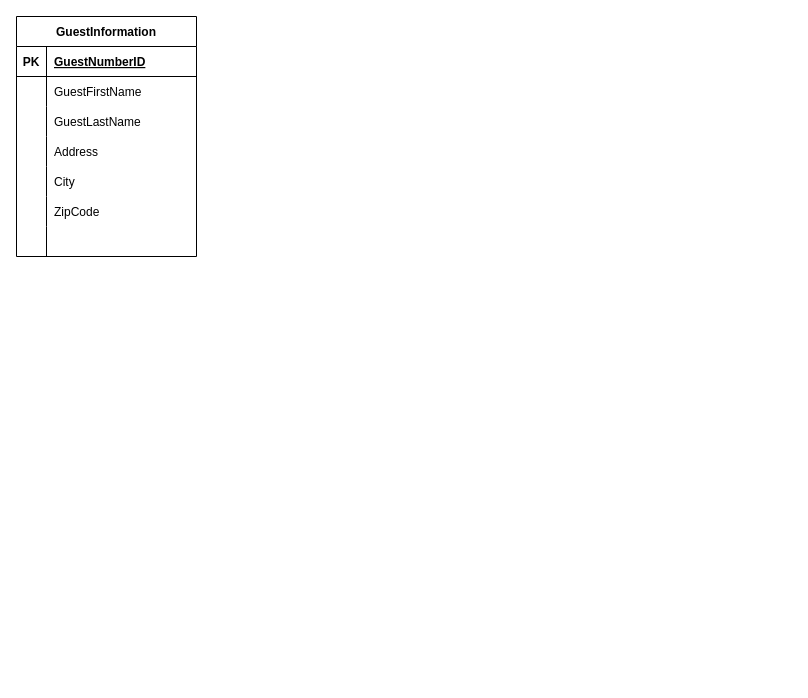
Earlier version of the draw.io diagram Untitled Diagram.drawio (jubin-joseph59/WileyEdge-Linux). Source tidied: cells renumbered, new cells numbered last; positions are measured from the earlier drawing's top-left corner, leaving out a move shared by most shapes. Both pictures are drawn from the tidied source at 100%, with x=0, y=0 at pixel (16, 16).
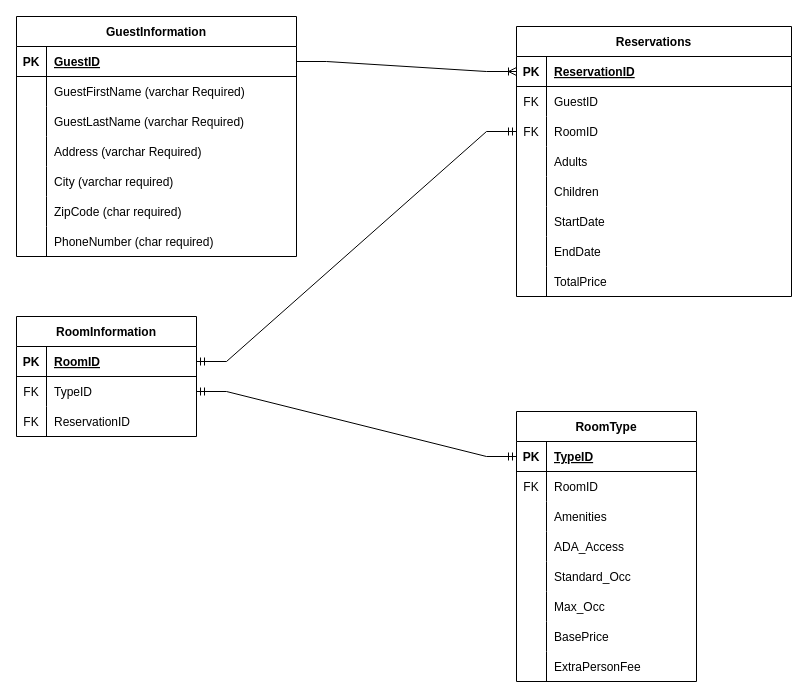
The same diagram, later.

Change to the diagram source:
```diff
@@
     <mxCell id="2" value="GuestInformation" style="shape=table;startSize=30;childLayout=tableLayout;rowLines=0;fontStyle=1;align=center;" parent="1" vertex="1">
-      <mxGeometry width="180" height="240" as="geometry" />
+      <mxGeometry width="280" height="240" as="geometry" />
     </mxCell>
     <mxCell id="3" style="shape=tableRow;horizontal=0;startSize=0;swimlaneHead=0;swimlaneBody=0;fillColor=none;points=[[0,0.5],[1,0.5]];portConstraint=eastwest;top=0;left=0;right=0;bottom=1;" parent="2" vertex="1">
-      <mxGeometry y="30" width="180" height="30" as="geometry" />
+      <mxGeometry y="30" width="280" height="30" as="geometry" />
     </mxCell>
@@
-    <mxCell id="5" value="GuestNumberID" style="shape=partialRectangle;fillColor=none;top=0;left=0;bottom=0;right=0;align=left;spacingLeft=6;fontStyle=5;overflow=hidden;" parent="3" vertex="1">
-      <mxGeometry x="30" width="150" height="30" as="geometry" />
+    <mxCell id="5" value="GuestID" style="shape=partialRectangle;fillColor=none;top=0;left=0;bottom=0;right=0;align=left;spacingLeft=6;fontStyle=5;overflow=hidden;" parent="3" vertex="1">
+      <mxGeometry x="30" width="250" height="30" as="geometry" />
     </mxCell>
     <mxCell id="6" style="shape=tableRow;horizontal=0;startSize=0;swimlaneHead=0;swimlaneBody=0;fillColor=none;top=0;left=0;right=0;bottom=0;" parent="2" vertex="1">
-      <mxGeometry y="60" width="180" height="30" as="geometry" />
+      <mxGeometry y="60" width="280" height="30" as="geometry" />
     </mxCell>
@@
-    <mxCell id="8" value="GuestFirstName" style="shape=partialRectangle;fillColor=none;top=0;left=0;bottom=0;right=0;align=left;spacingLeft=6;overflow=hidden;" parent="6" vertex="1">
-      <mxGeometry x="30" width="150" height="30" as="geometry" />
+    <mxCell id="8" value="GuestFirstName (varchar Required)" style="shape=partialRectangle;fillColor=none;top=0;left=0;bottom=0;right=0;align=left;spacingLeft=6;overflow=hidden;" parent="6" vertex="1">
+      <mxGeometry x="30" width="250" height="30" as="geometry" />
     </mxCell>
     <mxCell id="9" style="shape=tableRow;horizontal=0;startSize=0;swimlaneHead=0;swimlaneBody=0;fillColor=none;top=0;left=0;right=0;bottom=0;" parent="2" vertex="1">
-      <mxGeometry y="90" width="180" height="30" as="geometry" />
+      <mxGeometry y="90" width="280" height="30" as="geometry" />
     </mxCell>
@@
-    <mxCell id="11" value="GuestLastName" style="shape=partialRectangle;fillColor=none;top=0;left=0;bottom=0;right=0;align=left;spacingLeft=6;overflow=hidden;" parent="9" vertex="1">
-      <mxGeometry x="30" width="150" height="30" as="geometry" />
+    <mxCell id="11" value="GuestLastName (varchar Required)" style="shape=partialRectangle;fillColor=none;top=0;left=0;bottom=0;right=0;align=left;spacingLeft=6;overflow=hidden;" parent="9" vertex="1">
+      <mxGeometry x="30" width="250" height="30" as="geometry" />
     </mxCell>
     <mxCell id="12" style="shape=tableRow;horizontal=0;startSize=0;swimlaneHead=0;swimlaneBody=0;fillColor=none;top=0;left=0;right=0;bottom=0;" parent="2" vertex="1">
-      <mxGeometry y="120" width="180" height="30" as="geometry" />
+      <mxGeometry y="120" width="280" height="30" as="geometry" />
     </mxCell>
@@
-    <mxCell id="14" value="Address" style="shape=partialRectangle;fillColor=none;top=0;left=0;bottom=0;right=0;align=left;spacingLeft=6;overflow=hidden;" parent="12" vertex="1">
-      <mxGeometry x="30" width="150" height="30" as="geometry" />
+    <mxCell id="14" value="Address (varchar Required)" style="shape=partialRectangle;fillColor=none;top=0;left=0;bottom=0;right=0;align=left;spacingLeft=6;overflow=hidden;" parent="12" vertex="1">
+      <mxGeometry x="30" width="250" height="30" as="geometry" />
     </mxCell>
     <mxCell id="15" style="shape=tableRow;horizontal=0;startSize=0;swimlaneHead=0;swimlaneBody=0;fillColor=none;top=0;left=0;right=0;bottom=0;" parent="2" vertex="1">
-      <mxGeometry y="150" width="180" height="30" as="geometry" />
+      <mxGeometry y="150" width="280" height="30" as="geometry" />
     </mxCell>
@@
-    <mxCell id="17" value="City" style="shape=partialRectangle;fillColor=none;top=0;left=0;bottom=0;right=0;align=left;spacingLeft=6;overflow=hidden;" parent="15" vertex="1">
-      <mxGeometry x="30" width="150" height="30" as="geometry" />
+    <mxCell id="17" value="City (varchar required)" style="shape=partialRectangle;fillColor=none;top=0;left=0;bottom=0;right=0;align=left;spacingLeft=6;overflow=hidden;" parent="15" vertex="1">
+      <mxGeometry x="30" width="250" height="30" as="geometry" />
     </mxCell>
     <mxCell id="18" style="shape=tableRow;horizontal=0;startSize=0;swimlaneHead=0;swimlaneBody=0;fillColor=none;top=0;left=0;right=0;bottom=0;" parent="2" vertex="1">
-      <mxGeometry y="180" width="180" height="30" as="geometry" />
+      <mxGeometry y="180" width="280" height="30" as="geometry" />
     </mxCell>
@@
-    <mxCell id="20" value="ZipCode" style="shape=partialRectangle;fillColor=none;top=0;left=0;bottom=0;right=0;align=left;spacingLeft=6;overflow=hidden;" parent="18" vertex="1">
-      <mxGeometry x="30" width="150" height="30" as="geometry" />
+    <mxCell id="20" value="ZipCode (char required) " style="shape=partialRectangle;fillColor=none;top=0;left=0;bottom=0;right=0;align=left;spacingLeft=6;overflow=hidden;" parent="18" vertex="1">
+      <mxGeometry x="30" width="250" height="30" as="geometry" />
     </mxCell>
     <mxCell id="21" style="shape=tableRow;horizontal=0;startSize=0;swimlaneHead=0;swimlaneBody=0;fillColor=none;top=0;left=0;right=0;bottom=0;" parent="2" vertex="1">
-      <mxGeometry y="210" width="180" height="30" as="geometry" />
+      <mxGeometry y="210" width="280" height="30" as="geometry" />
     </mxCell>
@@
-    <mxCell id="23" style="shape=partialRectangle;fillColor=none;top=0;left=0;bottom=0;right=0;align=left;spacingLeft=6;overflow=hidden;" parent="21" vertex="1">
-      <mxGeometry x="30" width="150" height="30" as="geometry" />
+    <mxCell id="23" value="PhoneNumber (char required)" style="shape=partialRectangle;fillColor=none;top=0;left=0;bottom=0;right=0;align=left;spacingLeft=6;overflow=hidden;" parent="21" vertex="1">
+      <mxGeometry x="30" width="250" height="30" as="geometry" />
     </mxCell>
+    <mxCell id="24" value="Reservations" style="shape=table;startSize=30;childLayout=tableLayout;rowLines=0;fontStyle=1;align=center;" parent="1" vertex="1">
+      <mxGeometry x="500" y="10" width="275" height="270" as="geometry" />
+    </mxCell>
+    <mxCell id="25" style="shape=tableRow;horizontal=0;startSize=0;swimlaneHead=0;swimlaneBody=0;fillColor=none;points=[[0,0.5],[1,0.5]];portConstraint=eastwest;top=0;left=0;right=0;bottom=1;" parent="24" vertex="1">
+      <mxGeometry y="30" width="275" height="30" as="geometry" />
+    </mxCell>
+    <mxCell id="26" value="PK" style="shape=partialRectangle;fillColor=none;top=0;left=0;bottom=0;right=0;fontStyle=1;overflow=hidden;" parent="25" vertex="1">
+      <mxGeometry width="30" height="30" as="geometry" />
+    </mxCell>
+    <mxCell id="27" value="ReservationID" style="shape=partialRectangle;fillColor=none;top=0;left=0;bottom=0;right=0;align=left;spacingLeft=6;fontStyle=5;overflow=hidden;" parent="25" vertex="1">
+      <mxGeometry x="30" width="245" height="30" as="geometry" />
+    </mxCell>
+    <mxCell id="28" style="shape=tableRow;horizontal=0;startSize=0;swimlaneHead=0;swimlaneBody=0;fillColor=none;top=0;left=0;right=0;bottom=0;" parent="24" vertex="1">
+      <mxGeometry y="60" width="275" height="30" as="geometry" />
+    </mxCell>
+    <mxCell id="29" value="FK" style="shape=partialRectangle;fillColor=none;top=0;left=0;bottom=0;right=0;overflow=hidden;" parent="28" vertex="1">
+      <mxGeometry width="30" height="30" as="geometry" />
+    </mxCell>
+    <mxCell id="30" value="GuestID" style="shape=partialRectangle;fillColor=none;top=0;left=0;bottom=0;right=0;align=left;spacingLeft=6;overflow=hidden;" parent="28" vertex="1">
+      <mxGeometry x="30" width="245" height="30" as="geometry" />
+    </mxCell>
+    <mxCell id="31" style="shape=tableRow;horizontal=0;startSize=0;swimlaneHead=0;swimlaneBody=0;fillColor=none;points=[[0,0.5],[1,0.5]];portConstraint=eastwest;top=0;left=0;right=0;bottom=0;" parent="24" vertex="1">
+      <mxGeometry y="90" width="275" height="30" as="geometry" />
+    </mxCell>
+    <mxCell id="32" value="FK" style="shape=partialRectangle;fillColor=none;top=0;left=0;bottom=0;right=0;overflow=hidden;" parent="31" vertex="1">
+      <mxGeometry width="30" height="30" as="geometry" />
+    </mxCell>
+    <mxCell id="33" value="RoomID" style="shape=partialRectangle;fillColor=none;top=0;left=0;bottom=0;right=0;align=left;spacingLeft=6;overflow=hidden;" parent="31" vertex="1">
+      <mxGeometry x="30" width="245" height="30" as="geometry" />
+    </mxCell>
+    <mxCell id="34" style="shape=tableRow;horizontal=0;startSize=0;swimlaneHead=0;swimlaneBody=0;fillColor=none;top=0;left=0;right=0;bottom=0;" parent="24" vertex="1">
+      <mxGeometry y="120" width="275" height="30" as="geometry" />
+    </mxCell>
+    <mxCell id="35" style="shape=partialRectangle;fillColor=none;top=0;left=0;bottom=0;right=0;overflow=hidden;" parent="34" vertex="1">
+      <mxGeometry width="30" height="30" as="geometry" />
+    </mxCell>
+    <mxCell id="36" value="Adults" style="shape=partialRectangle;fillColor=none;top=0;left=0;bottom=0;right=0;align=left;spacingLeft=6;overflow=hidden;" parent="34" vertex="1">
+      <mxGeometry x="30" width="245" height="30" as="geometry" />
+    </mxCell>
+    <mxCell id="37" style="shape=tableRow;horizontal=0;startSize=0;swimlaneHead=0;swimlaneBody=0;fillColor=none;top=0;left=0;right=0;bottom=0;" parent="24" vertex="1">
+      <mxGeometry y="150" width="275" height="30" as="geometry" />
+    </mxCell>
+    <mxCell id="38" style="shape=partialRectangle;fillColor=none;top=0;left=0;bottom=0;right=0;overflow=hidden;" parent="37" vertex="1">
+      <mxGeometry width="30" height="30" as="geometry" />
+    </mxCell>
+    <mxCell id="39" value="Children" style="shape=partialRectangle;fillColor=none;top=0;left=0;bottom=0;right=0;align=left;spacingLeft=6;overflow=hidden;" parent="37" vertex="1">
+      <mxGeometry x="30" width="245" height="30" as="geometry" />
+    </mxCell>
+    <mxCell id="40" style="shape=tableRow;horizontal=0;startSize=0;swimlaneHead=0;swimlaneBody=0;fillColor=none;top=0;left=0;right=0;bottom=0;" parent="24" vertex="1">
+      <mxGeometry y="180" width="275" height="30" as="geometry" />
+    </mxCell>
+    <mxCell id="41" style="shape=partialRectangle;fillColor=none;top=0;left=0;bottom=0;right=0;overflow=hidden;" parent="40" vertex="1">
+      <mxGeometry width="30" height="30" as="geometry" />
+    </mxCell>
+    <mxCell id="42" value="StartDate" style="shape=partialRectangle;fillColor=none;top=0;left=0;bottom=0;right=0;align=left;spacingLeft=6;overflow=hidden;" parent="40" vertex="1">
+      <mxGeometry x="30" width="245" height="30" as="geometry" />
+    </mxCell>
+    <mxCell id="43" style="shape=tableRow;horizontal=0;startSize=0;swimlaneHead=0;swimlaneBody=0;fillColor=none;top=0;left=0;right=0;bottom=0;" parent="24" vertex="1">
+      <mxGeometry y="210" width="275" height="30" as="geometry" />
+    </mxCell>
+    <mxCell id="44" style="shape=partialRectangle;fillColor=none;top=0;left=0;bottom=0;right=0;overflow=hidden;" parent="43" vertex="1">
+      <mxGeometry width="30" height="30" as="geometry" />
+    </mxCell>
+    <mxCell id="45" value="EndDate" style="shape=partialRectangle;fillColor=none;top=0;left=0;bottom=0;right=0;align=left;spacingLeft=6;overflow=hidden;" parent="43" vertex="1">
+      <mxGeometry x="30" width="245" height="30" as="geometry" />
+    </mxCell>
+    <mxCell id="46" style="shape=tableRow;horizontal=0;startSize=0;swimlaneHead=0;swimlaneBody=0;fillColor=none;top=0;left=0;right=0;bottom=0;" parent="24" vertex="1">
+      <mxGeometry y="240" width="275" height="30" as="geometry" />
+    </mxCell>
+    <mxCell id="47" style="shape=partialRectangle;fillColor=none;top=0;left=0;bottom=0;right=0;overflow=hidden;" parent="46" vertex="1">
+      <mxGeometry width="30" height="30" as="geometry" />
+    </mxCell>
+    <mxCell id="48" value="TotalPrice" style="shape=partialRectangle;fillColor=none;top=0;left=0;bottom=0;right=0;align=left;spacingLeft=6;overflow=hidden;" parent="46" vertex="1">
+      <mxGeometry x="30" width="245" height="30" as="geometry" />
+    </mxCell>
+    <mxCell id="49" style="edgeStyle=entityRelationEdgeStyle;fontSize=12;html=1;endArrow=ERoneToMany;rounded=0;exitX=1;exitY=0.5;exitDx=0;exitDy=0;entryX=0;entryY=0.5;entryDx=0;entryDy=0;" parent="1" edge="1" source="3" target="25">
+      <mxGeometry relative="1" as="geometry" />
+    </mxCell>
+    <mxCell id="50" value="RoomInformation" style="shape=table;startSize=30;childLayout=tableLayout;rowLines=0;fontStyle=1;align=center;" parent="1" vertex="1">
+      <mxGeometry y="300" width="180" height="120" as="geometry" />
+    </mxCell>
+    <mxCell id="51" style="shape=tableRow;horizontal=0;startSize=0;swimlaneHead=0;swimlaneBody=0;fillColor=none;points=[[0,0.5],[1,0.5]];portConstraint=eastwest;top=0;left=0;right=0;bottom=1;" parent="50" vertex="1">
+      <mxGeometry y="30" width="180" height="30" as="geometry" />
+    </mxCell>
+    <mxCell id="52" value="PK" style="shape=partialRectangle;fillColor=none;top=0;left=0;bottom=0;right=0;fontStyle=1;overflow=hidden;" parent="51" vertex="1">
+      <mxGeometry width="30" height="30" as="geometry" />
+    </mxCell>
+    <mxCell id="53" value="RoomID" style="shape=partialRectangle;fillColor=none;top=0;left=0;bottom=0;right=0;align=left;spacingLeft=6;fontStyle=5;overflow=hidden;" parent="51" vertex="1">
+      <mxGeometry x="30" width="150" height="30" as="geometry" />
+    </mxCell>
+    <mxCell id="54" style="shape=tableRow;horizontal=0;startSize=0;swimlaneHead=0;swimlaneBody=0;fillColor=none;points=[[0,0.5],[1,0.5]];portConstraint=eastwest;top=0;left=0;right=0;bottom=0;" parent="50" vertex="1">
+      <mxGeometry y="60" width="180" height="30" as="geometry" />
+    </mxCell>
+    <mxCell id="55" value="FK" style="shape=partialRectangle;fillColor=none;top=0;left=0;bottom=0;right=0;overflow=hidden;" parent="54" vertex="1">
+      <mxGeometry width="30" height="30" as="geometry" />
+    </mxCell>
+    <mxCell id="56" value="TypeID" style="shape=partialRectangle;fillColor=none;top=0;left=0;bottom=0;right=0;align=left;spacingLeft=6;overflow=hidden;" parent="54" vertex="1">
+      <mxGeometry x="30" width="150" height="30" as="geometry" />
+    </mxCell>
+    <mxCell id="57" style="shape=tableRow;horizontal=0;startSize=0;swimlaneHead=0;swimlaneBody=0;fillColor=none;top=0;left=0;right=0;bottom=0;" parent="50" vertex="1">
+      <mxGeometry y="90" width="180" height="30" as="geometry" />
+    </mxCell>
+    <mxCell id="58" value="FK" style="shape=partialRectangle;fillColor=none;top=0;left=0;bottom=0;right=0;overflow=hidden;" parent="57" vertex="1">
+      <mxGeometry width="30" height="30" as="geometry" />
+    </mxCell>
+    <mxCell id="59" value="ReservationID" style="shape=partialRectangle;fillColor=none;top=0;left=0;bottom=0;right=0;align=left;spacingLeft=6;overflow=hidden;" parent="57" vertex="1">
+      <mxGeometry x="30" width="150" height="30" as="geometry" />
+    </mxCell>
+    <mxCell id="60" value="RoomType" style="shape=table;startSize=30;childLayout=tableLayout;rowLines=0;fontStyle=1;align=center;" parent="1" vertex="1">
+      <mxGeometry x="500" y="395" width="180" height="270" as="geometry" />
+    </mxCell>
+    <mxCell id="61" style="shape=tableRow;horizontal=0;startSize=0;swimlaneHead=0;swimlaneBody=0;fillColor=none;points=[[0,0.5],[1,0.5]];portConstraint=eastwest;top=0;left=0;right=0;bottom=1;" parent="60" vertex="1">
+      <mxGeometry y="30" width="180" height="30" as="geometry" />
+    </mxCell>
+    <mxCell id="62" value="PK" style="shape=partialRectangle;fillColor=none;top=0;left=0;bottom=0;right=0;fontStyle=1;overflow=hidden;" parent="61" vertex="1">
+      <mxGeometry width="30" height="30" as="geometry" />
+    </mxCell>
+    <mxCell id="63" value="TypeID" style="shape=partialRectangle;fillColor=none;top=0;left=0;bottom=0;right=0;align=left;spacingLeft=6;fontStyle=5;overflow=hidden;" parent="61" vertex="1">
+      <mxGeometry x="30" width="150" height="30" as="geometry" />
+    </mxCell>
+    <mxCell id="64" style="shape=tableRow;horizontal=0;startSize=0;swimlaneHead=0;swimlaneBody=0;fillColor=none;top=0;left=0;right=0;bottom=0;" parent="60" vertex="1">
+      <mxGeometry y="60" width="180" height="30" as="geometry" />
+    </mxCell>
+    <mxCell id="65" value="FK" style="shape=partialRectangle;fillColor=none;top=0;left=0;bottom=0;right=0;overflow=hidden;" parent="64" vertex="1">
+      <mxGeometry width="30" height="30" as="geometry" />
+    </mxCell>
+    <mxCell id="66" value="RoomID" style="shape=partialRectangle;fillColor=none;top=0;left=0;bottom=0;right=0;align=left;spacingLeft=6;overflow=hidden;" parent="64" vertex="1">
+      <mxGeometry x="30" width="150" height="30" as="geometry" />
+    </mxCell>
+    <mxCell id="67" style="shape=tableRow;horizontal=0;startSize=0;swimlaneHead=0;swimlaneBody=0;fillColor=none;top=0;left=0;right=0;bottom=0;" parent="60" vertex="1">
+      <mxGeometry y="90" width="180" height="30" as="geometry" />
+    </mxCell>
+    <mxCell id="68" style="shape=partialRectangle;fillColor=none;top=0;left=0;bottom=0;right=0;overflow=hidden;" parent="67" vertex="1">
+      <mxGeometry width="30" height="30" as="geometry" />
+    </mxCell>
+    <mxCell id="69" value="Amenities" style="shape=partialRectangle;fillColor=none;top=0;left=0;bottom=0;right=0;align=left;spacingLeft=6;overflow=hidden;" parent="67" vertex="1">
+      <mxGeometry x="30" width="150" height="30" as="geometry" />
+    </mxCell>
+    <mxCell id="70" style="shape=tableRow;horizontal=0;startSize=0;swimlaneHead=0;swimlaneBody=0;fillColor=none;top=0;left=0;right=0;bottom=0;" parent="60" vertex="1">
+      <mxGeometry y="120" width="180" height="30" as="geometry" />
+    </mxCell>
+    <mxCell id="71" style="shape=partialRectangle;fillColor=none;top=0;left=0;bottom=0;right=0;overflow=hidden;" parent="70" vertex="1">
+      <mxGeometry width="30" height="30" as="geometry" />
+    </mxCell>
+    <mxCell id="72" value="ADA_Access" style="shape=partialRectangle;fillColor=none;top=0;left=0;bottom=0;right=0;align=left;spacingLeft=6;overflow=hidden;" parent="70" vertex="1">
+      <mxGeometry x="30" width="150" height="30" as="geometry" />
+    </mxCell>
+    <mxCell id="73" style="shape=tableRow;horizontal=0;startSize=0;swimlaneHead=0;swimlaneBody=0;fillColor=none;top=0;left=0;right=0;bottom=0;" parent="60" vertex="1">
+      <mxGeometry y="150" width="180" height="30" as="geometry" />
+    </mxCell>
+    <mxCell id="74" style="shape=partialRectangle;fillColor=none;top=0;left=0;bottom=0;right=0;overflow=hidden;" parent="73" vertex="1">
+      <mxGeometry width="30" height="30" as="geometry" />
+    </mxCell>
+    <mxCell id="75" value="Standard_Occ" style="shape=partialRectangle;fillColor=none;top=0;left=0;bottom=0;right=0;align=left;spacingLeft=6;overflow=hidden;" parent="73" vertex="1">
+      <mxGeometry x="30" width="150" height="30" as="geometry" />
+    </mxCell>
+    <mxCell id="76" style="shape=tableRow;horizontal=0;startSize=0;swimlaneHead=0;swimlaneBody=0;fillColor=none;top=0;left=0;right=0;bottom=0;" parent="60" vertex="1">
+      <mxGeometry y="180" width="180" height="30" as="geometry" />
+    </mxCell>
+    <mxCell id="77" style="shape=partialRectangle;fillColor=none;top=0;left=0;bottom=0;right=0;overflow=hidden;" parent="76" vertex="1">
+      <mxGeometry width="30" height="30" as="geometry" />
+    </mxCell>
+    <mxCell id="78" value="Max_Occ" style="shape=partialRectangle;fillColor=none;top=0;left=0;bottom=0;right=0;align=left;spacingLeft=6;overflow=hidden;" parent="76" vertex="1">
+      <mxGeometry x="30" width="150" height="30" as="geometry" />
+    </mxCell>
+    <mxCell id="79" style="shape=tableRow;horizontal=0;startSize=0;swimlaneHead=0;swimlaneBody=0;fillColor=none;top=0;left=0;right=0;bottom=0;" parent="60" vertex="1">
+      <mxGeometry y="210" width="180" height="30" as="geometry" />
+    </mxCell>
+    <mxCell id="80" style="shape=partialRectangle;fillColor=none;top=0;left=0;bottom=0;right=0;overflow=hidden;" parent="79" vertex="1">
+      <mxGeometry width="30" height="30" as="geometry" />
+    </mxCell>
+    <mxCell id="81" value="BasePrice" style="shape=partialRectangle;fillColor=none;top=0;left=0;bottom=0;right=0;align=left;spacingLeft=6;overflow=hidden;" parent="79" vertex="1">
+      <mxGeometry x="30" width="150" height="30" as="geometry" />
+    </mxCell>
+    <mxCell id="82" style="shape=tableRow;horizontal=0;startSize=0;swimlaneHead=0;swimlaneBody=0;fillColor=none;top=0;left=0;right=0;bottom=0;" parent="60" vertex="1">
+      <mxGeometry y="240" width="180" height="30" as="geometry" />
+    </mxCell>
+    <mxCell id="83" style="shape=partialRectangle;fillColor=none;top=0;left=0;bottom=0;right=0;overflow=hidden;" parent="82" vertex="1">
+      <mxGeometry width="30" height="30" as="geometry" />
+    </mxCell>
+    <mxCell id="84" value="ExtraPersonFee" style="shape=partialRectangle;fillColor=none;top=0;left=0;bottom=0;right=0;align=left;spacingLeft=6;overflow=hidden;" parent="82" vertex="1">
+      <mxGeometry x="30" width="150" height="30" as="geometry" />
+    </mxCell>
+    <mxCell id="85" style="edgeStyle=entityRelationEdgeStyle;fontSize=12;html=1;endArrow=ERmandOne;startArrow=ERmandOne;rounded=0;exitX=1;exitY=0.5;exitDx=0;exitDy=0;entryX=0;entryY=0.5;entryDx=0;entryDy=0;" parent="1" edge="1" source="51" target="31">
+      <mxGeometry relative="1" as="geometry" />
+    </mxCell>
+    <mxCell id="86" style="edgeStyle=entityRelationEdgeStyle;fontSize=12;html=1;endArrow=ERmandOne;startArrow=ERmandOne;rounded=0;entryX=1;entryY=0.5;entryDx=0;entryDy=0;exitX=0;exitY=0.5;exitDx=0;exitDy=0;" parent="1" edge="1" source="61" target="54">
+      <mxGeometry relative="1" as="geometry" />
+    </mxCell>
```
